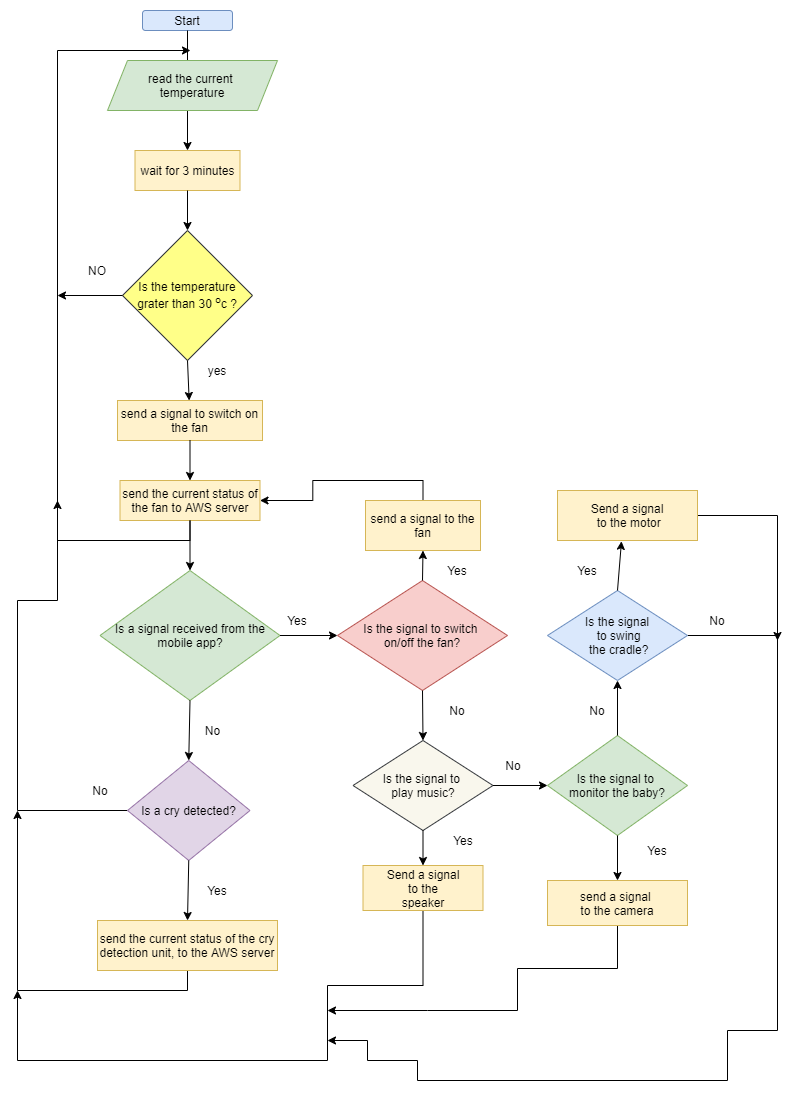
This is Diagrams/Flow_Charts/Hardware Flowchart/hardware_flow.png from cepdnaclk/e17-3yp-Smart-Cradle, a draw.io export, as it was before one commit. Source tidied: cells renumbered, new cells last; positions are measured from the earlier drawing's top-left corner, leaving out a move shared by most shapes.
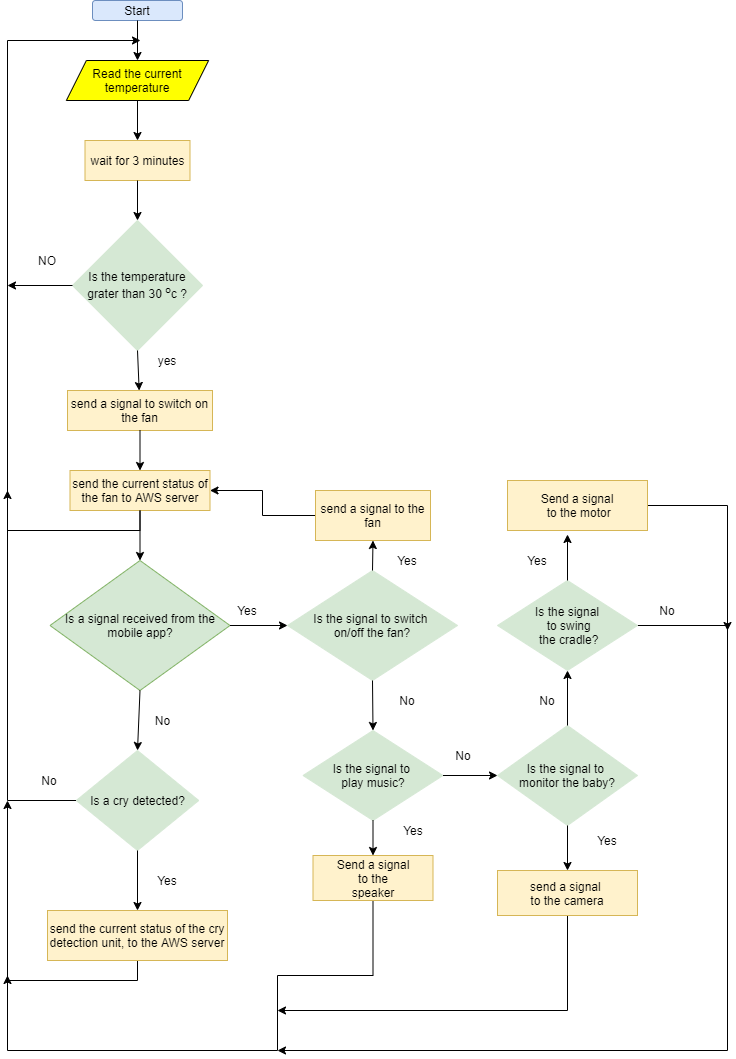
After the change.

Change to the diagram source:
```diff
@@ -10,18 +10,18 @@
     </mxCell>
-    <mxCell id="4" value="Is the temperature grater than 30 &lt;sup&gt;o&lt;/sup&gt;c ?" style="rhombus;whiteSpace=wrap;html=1;fillColor=#ffff88;strokeColor=#36393d;" parent="1" vertex="1">
+    <mxCell id="4" value="Is the temperature grater than 30 &lt;sup&gt;o&lt;/sup&gt;c ?" style="rhombus;whiteSpace=wrap;html=1;fillColor=#D5E8D4;strokeColor=#D5E8D4;" parent="1" vertex="1">
       <mxGeometry x="105" y="220" width="130" height="130" as="geometry" />
     </mxCell>
-    <mxCell id="5" style="edgeStyle=orthogonalEdgeStyle;rounded=0;orthogonalLoop=1;jettySize=auto;html=1;exitX=0.5;exitY=1;exitDx=0;exitDy=0;" parent="1" edge="1" source="4" target="4">
-      <mxGeometry relative="1" as="geometry" />
-    </mxCell>
-    <mxCell id="6" style="endArrow=classic;html=1;exitX=0.5;exitY=1;exitDx=0;exitDy=0;entryX=0.5;entryY=0;entryDx=0;entryDy=0;" parent="1" edge="1" source="2">
-      <mxGeometry relative="1" as="geometry">
-        <mxPoint x="170" y="60" as="targetPoint" />
-      </mxGeometry>
-    </mxCell>
-    <mxCell id="7" style="endArrow=classic;html=1;exitX=0.5;exitY=1;exitDx=0;exitDy=0;entryX=0.5;entryY=0;entryDx=0;entryDy=0;" parent="1" edge="1" target="3">
-      <mxGeometry relative="1" as="geometry">
-        <mxPoint x="170" y="100" as="sourcePoint" />
-      </mxGeometry>
-    </mxCell>
+    <mxCell id="60" style="edgeStyle=orthogonalEdgeStyle;rounded=0;orthogonalLoop=1;jettySize=auto;html=1;exitX=0.5;exitY=1;exitDx=0;exitDy=0;" parent="1" edge="1" source="4" target="4">
+      <mxGeometry relative="1" as="geometry" />
+    </mxCell>
+    <mxCell id="61" style="endArrow=classic;html=1;exitX=0.5;exitY=1;exitDx=0;exitDy=0;entryX=0.5;entryY=0;entryDx=0;entryDy=0;" parent="1" edge="1" source="2">
+      <mxGeometry relative="1" as="geometry">
+        <mxPoint x="170" y="60" as="targetPoint" />
+      </mxGeometry>
+    </mxCell>
+    <mxCell id="62" style="endArrow=classic;html=1;exitX=0.5;exitY=1;exitDx=0;exitDy=0;entryX=0.5;entryY=0;entryDx=0;entryDy=0;" parent="1" edge="1" target="3">
+      <mxGeometry relative="1" as="geometry">
+        <mxPoint x="170" y="100" as="sourcePoint" />
+      </mxGeometry>
+    </mxCell>
     <mxCell id="8" style="endArrow=classic;html=1;exitX=0.5;exitY=1;exitDx=0;exitDy=0;entryX=0.5;entryY=0;entryDx=0;entryDy=0;" parent="1" edge="1" source="3" target="4">
@@ -29,5 +29,5 @@
     </mxCell>
-    <mxCell id="9" style="edgeStyle=orthogonalEdgeStyle;rounded=0;orthogonalLoop=1;jettySize=auto;html=1;exitX=0.5;exitY=1;exitDx=0;exitDy=0;" parent="1" edge="1" source="4" target="4">
-      <mxGeometry relative="1" as="geometry" />
-    </mxCell>
+    <mxCell id="63" style="edgeStyle=orthogonalEdgeStyle;rounded=0;orthogonalLoop=1;jettySize=auto;html=1;exitX=0.5;exitY=1;exitDx=0;exitDy=0;" parent="1" edge="1" source="4" target="4">
+      <mxGeometry relative="1" as="geometry" />
+    </mxCell>
     <mxCell id="10" value="send a signal to switch on the fan" style="rounded=0;whiteSpace=wrap;html=1;fillColor=#fff2cc;strokeColor=#d6b656;" parent="1" vertex="1">
@@ -41,11 +41,11 @@
     </mxCell>
-    <mxCell id="13" style="edgeStyle=orthogonalEdgeStyle;rounded=0;jettySize=auto;html=1;exitX=0.5;exitY=1;exitDx=0;exitDy=0;" parent="1" edge="1" source="14">
-      <mxGeometry relative="1" as="geometry">
-        <mxPoint x="173" y="40" as="targetPoint" />
-        <Array as="points">
-          <mxPoint x="173" y="530" />
-          <mxPoint x="40" y="530" />
-        </Array>
-      </mxGeometry>
-    </mxCell>
+    <mxCell id="64" style="edgeStyle=orthogonalEdgeStyle;rounded=0;jettySize=auto;html=1;exitX=0.5;exitY=1;exitDx=0;exitDy=0;" parent="1" edge="1" source="14">
+      <mxGeometry relative="1" as="geometry">
+        <mxPoint x="173" y="40" as="targetPoint" />
+        <Array as="points">
+          <mxPoint x="173" y="530" />
+          <mxPoint x="40" y="530" />
+        </Array>
+      </mxGeometry>
+    </mxCell>
     <mxCell id="14" value="send the current status of the fan to AWS server" style="rounded=0;whiteSpace=wrap;html=1;fillColor=#fff2cc;strokeColor=#d6b656;" parent="1" vertex="1">
@@ -62,14 +62,12 @@
     </mxCell>
-    <mxCell id="18" style="edgeStyle=orthogonalEdgeStyle;rounded=0;jettySize=auto;html=1;exitX=0;exitY=0.5;exitDx=0;exitDy=0;" parent="1" edge="1" source="19">
-      <mxGeometry relative="1" as="geometry">
-        <mxPoint x="40" y="490" as="targetPoint" />
-        <Array as="points">
-          <mxPoint y="800" />
-          <mxPoint y="590" />
-          <mxPoint x="40" y="590" />
-        </Array>
-      </mxGeometry>
-    </mxCell>
+    <mxCell id="65" style="edgeStyle=orthogonalEdgeStyle;rounded=0;jettySize=auto;html=1;exitX=0;exitY=0.5;exitDx=0;exitDy=0;" parent="1" edge="1" source="19">
+      <mxGeometry relative="1" as="geometry">
+        <mxPoint x="40" y="490" as="targetPoint" />
+        <Array as="points">
+          <mxPoint x="40" y="800" />
+        </Array>
+      </mxGeometry>
+    </mxCell>
-    <mxCell id="19" value="Is a cry detected?" style="rhombus;whiteSpace=wrap;html=1;fillColor=#e1d5e7;strokeColor=#9673a6;" parent="1" vertex="1">
-      <mxGeometry x="110" y="750" width="122.5" height="100" as="geometry" />
+    <mxCell id="19" value="Is a cry detected?" style="rhombus;whiteSpace=wrap;html=1;fillColor=#D5E8D4;strokeColor=#D5E8D4;" parent="1" vertex="1">
+      <mxGeometry x="108.8" y="750" width="122.5" height="100" as="geometry" />
     </mxCell>
@@ -81,10 +79,10 @@
     </mxCell>
-    <mxCell id="22" value="No" style="text;html=1;strokeColor=none;fillColor=none;align=center;verticalAlign=middle;whiteSpace=wrap;rounded=0;" parent="1" vertex="1">
-      <mxGeometry x="62.5" y="770" width="40" height="20" as="geometry" />
-    </mxCell>
-    <mxCell id="23" style="edgeStyle=orthogonalEdgeStyle;rounded=0;jettySize=auto;html=1;exitX=0.5;exitY=1;exitDx=0;exitDy=0;" parent="1" edge="1" source="24">
-      <mxGeometry relative="1" as="geometry">
-        <mxPoint y="800" as="targetPoint" />
-      </mxGeometry>
-    </mxCell>
+    <mxCell id="66" value="No" style="text;html=1;strokeColor=none;fillColor=none;align=center;verticalAlign=middle;whiteSpace=wrap;rounded=0;" parent="1" vertex="1">
+      <mxGeometry x="62.5" y="770" width="40" height="20" as="geometry" />
+    </mxCell>
+    <mxCell id="67" style="edgeStyle=orthogonalEdgeStyle;rounded=0;jettySize=auto;html=1;exitX=0.5;exitY=1;exitDx=0;exitDy=0;" parent="1" edge="1" source="24">
+      <mxGeometry relative="1" as="geometry">
+        <mxPoint x="40" y="800" as="targetPoint" />
+      </mxGeometry>
+    </mxCell>
     <mxCell id="24" value="send the current status of the cry detection unit, to the AWS server" style="rounded=0;whiteSpace=wrap;html=1;fillColor=#fff2cc;strokeColor=#d6b656;" parent="1" vertex="1">
@@ -95,10 +93,10 @@
     </mxCell>
-    <mxCell id="26" value="Yes" style="text;html=1;strokeColor=none;fillColor=none;align=center;verticalAlign=middle;whiteSpace=wrap;rounded=0;" parent="1" vertex="1">
-      <mxGeometry x="180" y="870" width="40" height="20" as="geometry" />
-    </mxCell>
-    <mxCell id="27" style="endArrow=classic;html=1;exitX=0;exitY=0.5;exitDx=0;exitDy=0;" parent="1" edge="1" source="4">
-      <mxGeometry relative="1" as="geometry">
-        <mxPoint x="40" y="285" as="targetPoint" />
-      </mxGeometry>
-    </mxCell>
+    <mxCell id="68" value="Yes" style="text;html=1;strokeColor=none;fillColor=none;align=center;verticalAlign=middle;whiteSpace=wrap;rounded=0;" parent="1" vertex="1">
+      <mxGeometry x="180" y="870" width="40" height="20" as="geometry" />
+    </mxCell>
+    <mxCell id="69" style="endArrow=classic;html=1;exitX=0;exitY=0.5;exitDx=0;exitDy=0;" parent="1" edge="1" source="4">
+      <mxGeometry relative="1" as="geometry">
+        <mxPoint x="40" y="285" as="targetPoint" />
+      </mxGeometry>
+    </mxCell>
     <mxCell id="28" value="NO" style="text;html=1;strokeColor=none;fillColor=none;align=center;verticalAlign=middle;whiteSpace=wrap;rounded=0;" parent="1" vertex="1">
@@ -106,3 +104,3 @@
     </mxCell>
-    <mxCell id="29" value="Is the signal to switch &lt;br&gt;on/off the fan?" style="rhombus;whiteSpace=wrap;html=1;fillColor=#f8cecc;strokeColor=#b85450;" parent="1" vertex="1">
+    <mxCell id="29" value="Is the signal to switch &lt;br&gt;on/off the fan?" style="rhombus;whiteSpace=wrap;html=1;fillColor=#D5E8D4;strokeColor=#D5E8D4;" parent="1" vertex="1">
       <mxGeometry x="320" y="570" width="170" height="110" as="geometry" />
@@ -112,7 +110,13 @@
     </mxCell>
-    <mxCell id="31" value="Yes" style="text;html=1;strokeColor=none;fillColor=none;align=center;verticalAlign=middle;whiteSpace=wrap;rounded=0;" parent="1" vertex="1">
-      <mxGeometry x="260" y="600" width="40" height="20" as="geometry" />
-    </mxCell>
+    <mxCell id="70" value="Yes" style="text;html=1;strokeColor=none;fillColor=none;align=center;verticalAlign=middle;whiteSpace=wrap;rounded=0;" parent="1" vertex="1">
+      <mxGeometry x="260" y="600" width="40" height="20" as="geometry" />
+    </mxCell>
     <mxCell id="32" style="edgeStyle=orthogonalEdgeStyle;rounded=0;jettySize=auto;html=1;exitX=0.5;exitY=0;exitDx=0;exitDy=0;entryX=1;entryY=0.5;entryDx=0;entryDy=0;" parent="1" edge="1" source="33" target="14">
-      <mxGeometry relative="1" as="geometry" />
+      <mxGeometry relative="1" as="geometry">
+        <Array as="points">
+          <mxPoint x="406" y="515" />
+          <mxPoint x="295" y="515" />
+          <mxPoint x="295" y="490" />
+        </Array>
+      </mxGeometry>
     </mxCell>
@@ -124,6 +128,6 @@
     </mxCell>
-    <mxCell id="35" value="Yes" style="text;html=1;strokeColor=none;fillColor=none;align=center;verticalAlign=middle;whiteSpace=wrap;rounded=0;" parent="1" vertex="1">
-      <mxGeometry x="420" y="550" width="40" height="20" as="geometry" />
-    </mxCell>
+    <mxCell id="71" value="Yes" style="text;html=1;strokeColor=none;fillColor=none;align=center;verticalAlign=middle;whiteSpace=wrap;rounded=0;" parent="1" vertex="1">
+      <mxGeometry x="420" y="550" width="40" height="20" as="geometry" />
+    </mxCell>
-    <mxCell id="36" value="Is the signal to &lt;br&gt;play music?" style="rhombus;whiteSpace=wrap;html=1;fillColor=#f9f7ed;strokeColor=#36393d;" parent="1" vertex="1">
+    <mxCell id="36" value="Is the signal to &lt;br&gt;play music?" style="rhombus;whiteSpace=wrap;html=1;fillColor=#D5E8D4;strokeColor=#D5E8D4;" parent="1" vertex="1">
       <mxGeometry x="335.5" y="730" width="140" height="90" as="geometry" />
@@ -133,12 +137,12 @@
     </mxCell>
-    <mxCell id="38" style="edgeStyle=orthogonalEdgeStyle;rounded=0;jettySize=auto;html=1;" parent="1" edge="1" source="39">
-      <mxGeometry relative="1" as="geometry">
-        <mxPoint y="980" as="targetPoint" />
-        <Array as="points">
-          <mxPoint x="406" y="975" />
-          <mxPoint x="310" y="975" />
-          <mxPoint x="310" y="1050" />
-        </Array>
-      </mxGeometry>
-    </mxCell>
+    <mxCell id="72" style="edgeStyle=orthogonalEdgeStyle;rounded=0;jettySize=auto;html=1;" parent="1" edge="1" source="39">
+      <mxGeometry relative="1" as="geometry">
+        <mxPoint x="40" y="975" as="targetPoint" />
+        <Array as="points">
+          <mxPoint x="406" y="975" />
+          <mxPoint x="310" y="975" />
+          <mxPoint x="310" y="1050" />
+        </Array>
+      </mxGeometry>
+    </mxCell>
     <mxCell id="39" value="Send a signal&lt;br&gt;&amp;nbsp;to the&amp;nbsp;&lt;br&gt;speaker" style="rounded=0;whiteSpace=wrap;html=1;fillColor=#fff2cc;strokeColor=#d6b656;" parent="1" vertex="1">
@@ -149,9 +153,9 @@
     </mxCell>
-    <mxCell id="41" value="No" style="text;html=1;strokeColor=none;fillColor=none;align=center;verticalAlign=middle;whiteSpace=wrap;rounded=0;" parent="1" vertex="1">
-      <mxGeometry x="420" y="690" width="40" height="20" as="geometry" />
-    </mxCell>
-    <mxCell id="42" value="Yes" style="text;html=1;strokeColor=none;fillColor=none;align=center;verticalAlign=middle;whiteSpace=wrap;rounded=0;" parent="1" vertex="1">
-      <mxGeometry x="425.5" y="820" width="40" height="20" as="geometry" />
-    </mxCell>
+    <mxCell id="73" value="No" style="text;html=1;strokeColor=none;fillColor=none;align=center;verticalAlign=middle;whiteSpace=wrap;rounded=0;" parent="1" vertex="1">
+      <mxGeometry x="420" y="690" width="40" height="20" as="geometry" />
+    </mxCell>
+    <mxCell id="74" value="Yes" style="text;html=1;strokeColor=none;fillColor=none;align=center;verticalAlign=middle;whiteSpace=wrap;rounded=0;" parent="1" vertex="1">
+      <mxGeometry x="425.5" y="820" width="40" height="20" as="geometry" />
+    </mxCell>
-    <mxCell id="43" value="Is the signal to &lt;br&gt;monitor the baby?" style="rhombus;whiteSpace=wrap;html=1;fillColor=#d5e8d4;strokeColor=#82b366;" parent="1" vertex="1">
+    <mxCell id="43" value="Is the signal to &lt;br&gt;monitor the baby?" style="rhombus;whiteSpace=wrap;html=1;fillColor=#d5e8d4;strokeColor=#D5E8D4;" parent="1" vertex="1">
       <mxGeometry x="530" y="725" width="140" height="100" as="geometry" />
@@ -161,13 +165,11 @@
     </mxCell>
-    <mxCell id="45" style="edgeStyle=orthogonalEdgeStyle;rounded=0;jettySize=auto;html=1;exitX=0.5;exitY=1;exitDx=0;exitDy=0;" parent="1" edge="1" source="46">
-      <mxGeometry relative="1" as="geometry">
-        <mxPoint x="310" y="1000" as="targetPoint" />
-        <Array as="points">
-          <mxPoint x="600" y="958" />
-          <mxPoint x="500" y="958" />
-          <mxPoint x="500" y="1000" />
-          <mxPoint x="410" y="1000" />
-        </Array>
-      </mxGeometry>
-    </mxCell>
+    <mxCell id="75" style="edgeStyle=orthogonalEdgeStyle;rounded=0;jettySize=auto;html=1;exitX=0.5;exitY=1;exitDx=0;exitDy=0;" parent="1" edge="1" source="46">
+      <mxGeometry relative="1" as="geometry">
+        <mxPoint x="310" y="1010" as="targetPoint" />
+        <Array as="points">
+          <mxPoint x="600" y="1010" />
+          <mxPoint x="310" y="1010" />
+        </Array>
+      </mxGeometry>
+    </mxCell>
     <mxCell id="46" value="send a signal &lt;br&gt;to the camera" style="rounded=0;whiteSpace=wrap;html=1;fillColor=#fff2cc;strokeColor=#d6b656;" parent="1" vertex="1">
@@ -178,24 +180,19 @@
     </mxCell>
-    <mxCell id="48" value="Yes" style="text;html=1;strokeColor=none;fillColor=none;align=center;verticalAlign=middle;whiteSpace=wrap;rounded=0;" parent="1" vertex="1">
-      <mxGeometry x="620" y="830" width="40" height="20" as="geometry" />
-    </mxCell>
-    <mxCell id="49" value="No" style="text;html=1;strokeColor=none;fillColor=none;align=center;verticalAlign=middle;whiteSpace=wrap;rounded=0;" parent="1" vertex="1">
-      <mxGeometry x="475.5" y="725" width="40" height="60" as="geometry" />
-    </mxCell>
-    <mxCell id="50" style="edgeStyle=orthogonalEdgeStyle;rounded=0;jettySize=auto;html=1;exitX=1;exitY=0.5;exitDx=0;exitDy=0;" parent="1" edge="1" source="51">
-      <mxGeometry relative="1" as="geometry">
-        <mxPoint x="310" y="1030" as="targetPoint" />
-        <Array as="points">
-          <mxPoint x="760" y="625" />
-          <mxPoint x="760" y="1020" />
-          <mxPoint x="710" y="1020" />
-          <mxPoint x="710" y="1070" />
-          <mxPoint x="400" y="1070" />
-          <mxPoint x="400" y="1050" />
-          <mxPoint x="350" y="1050" />
-          <mxPoint x="350" y="1030" />
-        </Array>
-      </mxGeometry>
-    </mxCell>
+    <mxCell id="76" value="Yes" style="text;html=1;strokeColor=none;fillColor=none;align=center;verticalAlign=middle;whiteSpace=wrap;rounded=0;" parent="1" vertex="1">
+      <mxGeometry x="620" y="830" width="40" height="20" as="geometry" />
+    </mxCell>
+    <mxCell id="77" value="No" style="text;html=1;strokeColor=none;fillColor=none;align=center;verticalAlign=middle;whiteSpace=wrap;rounded=0;" parent="1" vertex="1">
+      <mxGeometry x="475.5" y="725" width="40" height="60" as="geometry" />
+    </mxCell>
+    <mxCell id="78" style="edgeStyle=orthogonalEdgeStyle;rounded=0;jettySize=auto;html=1;exitX=1;exitY=0.5;exitDx=0;exitDy=0;" parent="1" edge="1" source="51">
+      <mxGeometry relative="1" as="geometry">
+        <mxPoint x="310" y="1050" as="targetPoint" />
+        <Array as="points">
+          <mxPoint x="760" y="625" />
+          <mxPoint x="760" y="1050" />
+          <mxPoint x="310" y="1050" />
+        </Array>
+      </mxGeometry>
+    </mxCell>
-    <mxCell id="51" value="Is the signal&lt;br&gt;&amp;nbsp;to swing&lt;br&gt;&amp;nbsp;the cradle?" style="rhombus;whiteSpace=wrap;html=1;fillColor=#dae8fc;strokeColor=#6c8ebf;" parent="1" vertex="1">
+    <mxCell id="51" value="Is the signal&lt;br&gt;&amp;nbsp;to swing&lt;br&gt;&amp;nbsp;the cradle?" style="rhombus;whiteSpace=wrap;html=1;fillColor=#D5E8D4;strokeColor=#D5E8D4;" parent="1" vertex="1">
       <mxGeometry x="530" y="580" width="140" height="90" as="geometry" />
@@ -205,10 +202,10 @@
     </mxCell>
-    <mxCell id="53" value="No" style="text;html=1;strokeColor=none;fillColor=none;align=center;verticalAlign=middle;whiteSpace=wrap;rounded=0;" parent="1" vertex="1">
-      <mxGeometry x="560" y="690" width="40" height="20" as="geometry" />
-    </mxCell>
-    <mxCell id="54" style="edgeStyle=orthogonalEdgeStyle;rounded=0;jettySize=auto;html=1;exitX=1;exitY=0.5;exitDx=0;exitDy=0;" parent="1" edge="1" source="55">
-      <mxGeometry relative="1" as="geometry">
-        <mxPoint x="760" y="630" as="targetPoint" />
-      </mxGeometry>
-    </mxCell>
+    <mxCell id="79" value="No" style="text;html=1;strokeColor=none;fillColor=none;align=center;verticalAlign=middle;whiteSpace=wrap;rounded=0;" parent="1" vertex="1">
+      <mxGeometry x="560" y="690" width="40" height="20" as="geometry" />
+    </mxCell>
+    <mxCell id="80" style="edgeStyle=orthogonalEdgeStyle;rounded=0;jettySize=auto;html=1;exitX=1;exitY=0.5;exitDx=0;exitDy=0;" parent="1" edge="1" source="55">
+      <mxGeometry relative="1" as="geometry">
+        <mxPoint x="760" y="630" as="targetPoint" />
+      </mxGeometry>
+    </mxCell>
     <mxCell id="55" value="Send a signal&lt;br&gt;&amp;nbsp;to the motor" style="rounded=0;whiteSpace=wrap;html=1;fillColor=#fff2cc;strokeColor=#d6b656;" parent="1" vertex="1">
@@ -216,8 +213,10 @@
     </mxCell>
-    <mxCell id="56" style="endArrow=classic;html=1;exitX=0.5;exitY=0;exitDx=0;exitDy=0;entryX=0.457;entryY=1.016;entryDx=0;entryDy=0;entryPerimeter=0;" parent="1" edge="1" source="51" target="55">
-      <mxGeometry relative="1" as="geometry" />
-    </mxCell>
-    <mxCell id="57" value="Yes" style="text;html=1;strokeColor=none;fillColor=none;align=center;verticalAlign=middle;whiteSpace=wrap;rounded=0;" parent="1" vertex="1">
-      <mxGeometry x="550" y="550" width="40" height="20" as="geometry" />
-    </mxCell>
+    <mxCell id="81" style="endArrow=classic;html=1;exitX=0.5;exitY=0;exitDx=0;exitDy=0;" parent="1" edge="1" source="51">
+      <mxGeometry relative="1" as="geometry">
+        <mxPoint x="600" y="534" as="targetPoint" />
+      </mxGeometry>
+    </mxCell>
+    <mxCell id="82" value="Yes" style="text;html=1;strokeColor=none;fillColor=none;align=center;verticalAlign=middle;whiteSpace=wrap;rounded=0;" parent="1" vertex="1">
+      <mxGeometry x="550" y="550" width="40" height="20" as="geometry" />
+    </mxCell>
     <mxCell id="58" value="No&lt;br&gt;" style="text;html=1;strokeColor=none;fillColor=none;align=center;verticalAlign=middle;whiteSpace=wrap;rounded=0;" parent="1" vertex="1">
@@ -225,5 +224,5 @@
     </mxCell>
-    <mxCell id="59" value="read the current &lt;br&gt;temperature" style="shape=parallelogram;perimeter=parallelogramPerimeter;whiteSpace=wrap;html=1;fixedSize=1;fillColor=#d5e8d4;strokeColor=#82b366;" parent="1" vertex="1">
-      <mxGeometry x="90" y="50" width="170" height="50" as="geometry" />
-    </mxCell>
+    <mxCell id="83" value="Read the current temperature" style="shape=parallelogram;perimeter=parallelogramPerimeter;whiteSpace=wrap;html=1;fixedSize=1;fillColor=#FFFF00;" parent="1" vertex="1">
+      <mxGeometry x="98.9" y="60" width="142.2" height="40" as="geometry" />
+    </mxCell>
   </root>
```
